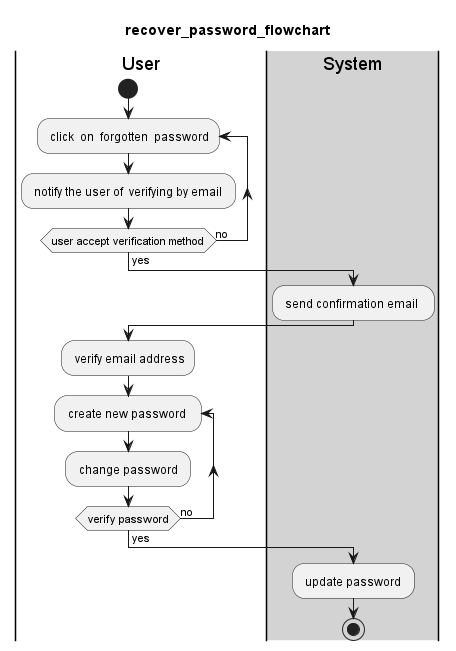
KTPx4/Social_Media keeps this PlantUML diagram as out/Diagram/flowchart/account/recover_password_flowchart/recover_password_flowchart.png. Above is the earlier version. Its diagram source:
```plantuml
@startuml
title recover_password_flowchart
|User|
start
repeat: click  on  forgotten  password;
: notify the user of  verifying by email ;
repeat while(user accept verification method) is (no) not (yes)
|#lightgray|System|
: send confirmation email  ;
|User|
: verify email address;
repeat: create new password  ;
: change password ;
repeat while(verify password) is (no) not (yes)
|#lightgray|System|
: update password ;
stop
@enduml
```
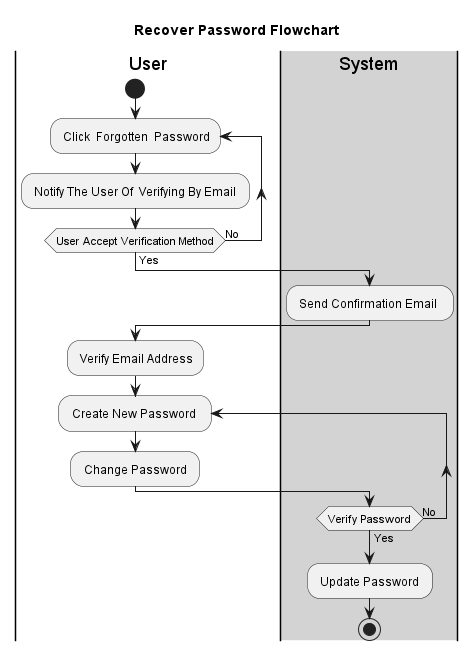
After the commit.

Diff of the diagram source:
```diff
@@ -1,18 +1,19 @@
 @startuml
-title recover_password_flowchart
+title Recover Password Flowchart
 |User|
 start
-repeat: click  on  forgotten  password;
-: notify the user of  verifying by email ;
-repeat while(user accept verification method) is (no) not (yes)
+repeat: Click  Forgotten  Password;
+: Notify The User Of  Verifying By Email ;
+repeat while(User Accept Verification Method) is (No) not (Yes)
 |#lightgray|System|
-: send confirmation email  ;
+: Send Confirmation Email  ;
 |User|
-: verify email address;
-repeat: create new password  ;
-: change password ;
-repeat while(verify password) is (no) not (yes)
+: Verify Email Address;
+repeat: Create New Password  ;
+: Change Password ;
 |#lightgray|System|
-: update password ;
+repeat while(Verify Password) is (No) not (Yes)
+|#lightgray|System|
+: Update Password ;
 stop
 @enduml
```
